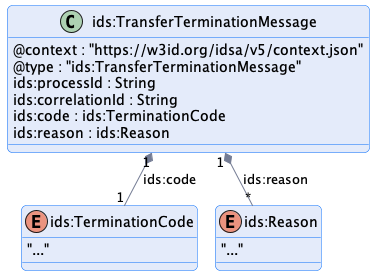
Above: transfer/images/transfer-termination-message.png in International-Data-Spaces-Association/ids-specification (PlantUML), before the change. Source of this version:
```plantuml
@startuml "transfer-termination-message"
!pragma layout smetana

!include ../../diagrams/diagram.styles.puml

hide empty description


class "ids:TransferTerminationMessage" {
    @context : "https://w3id.org/idsa/v5/context.json"
    @type : "ids:TransferTerminationMessage"
    ids:processId : String
    ids:correlationId : String
    ids:code : ids:TerminationCode
    ids:reason : ids:Reason
}


enum ids:TerminationCode {
    "..."
}

enum ids:Reason {
    "..."
}

"ids:TransferTerminationMessage" "1" *-- "1" "ids:TerminationCode" : "ids:code"
"ids:TransferTerminationMessage" "1" *-- "*" "ids:Reason" : "ids:reason"

@enduml
```
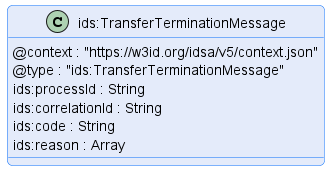
After the change.

Diff of the diagram source:
```diff
@@ -11,20 +11,8 @@
     @type : "ids:TransferTerminationMessage"
     ids:processId : String
     ids:correlationId : String
-    ids:code : ids:TerminationCode
-    ids:reason : ids:Reason
+    ids:code : String
+    ids:reason : Array
 }
 
-
-enum ids:TerminationCode {
-    "..."
-}
-
-enum ids:Reason {
-    "..."
-}
-
-"ids:TransferTerminationMessage" "1" *-- "1" "ids:TerminationCode" : "ids:code"
-"ids:TransferTerminationMessage" "1" *-- "*" "ids:Reason" : "ids:reason"
-
 @enduml
```
